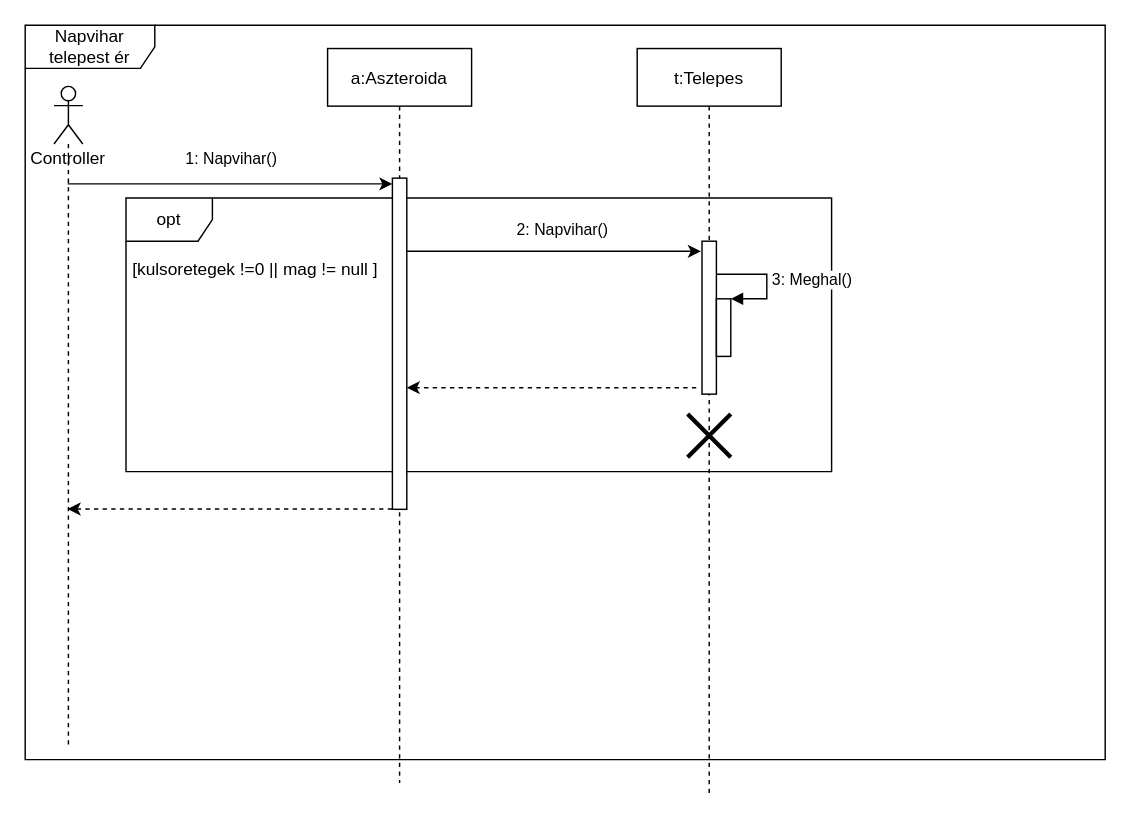
Above: page "Page-2" (2 of 2) of doc/szekvencia/szek_NapviharTelepes4.drawio in torpeBoiGo/aszteroidabanyaszat (draw.io), before the change. Source tidied: cells renumbered, new cells numbered last; positions are measured from the earlier drawing's top-left corner, leaving out a move shared by most shapes. Both pictures are drawn from the tidied source at 144%, with x=0, y=0 at pixel (24, 24).
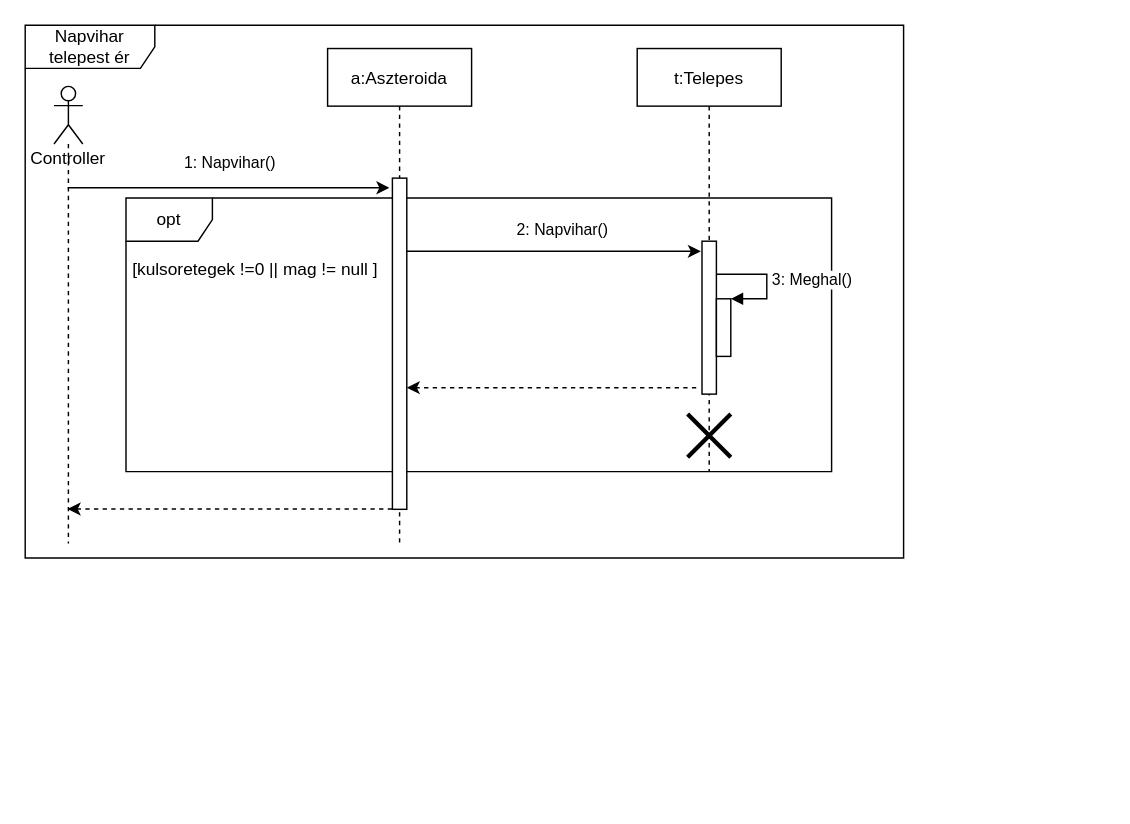
The same page after the edit.

The edit, as a diff of the source:
```diff
@@
 <mxGraphModel>
   <root>
     <mxCell id="0" />
     <mxCell id="1" parent="0" />
     <mxCell id="2" value="Napvihar telepest ér" style="shape=umlFrame;whiteSpace=wrap;html=1;width=90;height=30;" parent="1" vertex="1">
-      <mxGeometry width="750" height="510" as="geometry" />
+      <mxGeometry width="610" height="370" as="geometry" />
     </mxCell>
     <mxCell id="3" value="opt" style="shape=umlFrame;whiteSpace=wrap;html=1;" parent="1" vertex="1">
       <mxGeometry x="70" y="120" width="490" height="190" as="geometry" />
     </mxCell>
-    <mxCell id="4" value="1: Napvihar()" style="endArrow=classic;html=1;exitX=0.475;exitY=0.148;exitDx=0;exitDy=0;exitPerimeter=0;" parent="1" edge="1" source="14" target="7">
+    <mxCell id="4" value="1: Napvihar()" style="endArrow=classic;html=1;entryX=-0.212;entryY=0.029;entryDx=0;entryDy=0;entryPerimeter=0;" parent="1" edge="1" source="14" target="7">
       <mxGeometry y="16" relative="1" as="geometry">
         <mxPoint y="-1" as="offset" />
       </mxGeometry>
     </mxCell>
     <mxCell id="5" value="[kulsoretegek !=0 || mag != null ]" style="text;html=1;strokeColor=none;fillColor=none;align=center;verticalAlign=middle;whiteSpace=wrap;rounded=0;" parent="1" vertex="1">
       <mxGeometry x="60" y="160" width="200" height="20" as="geometry" />
     </mxCell>
     <mxCell id="6" value="a:Aszteroida" style="shape=umlLifeline;perimeter=lifelinePerimeter;rounded=0;shadow=0;strokeWidth=1;" parent="1" vertex="1">
-      <mxGeometry x="210" y="16.2" width="100" height="510" as="geometry" />
+      <mxGeometry x="210" y="16.2" width="100" height="343.8" as="geometry" />
     </mxCell>
     <mxCell id="7" style="points=[];perimeter=orthogonalPerimeter;rounded=0;shadow=0;strokeWidth=1;" parent="6" vertex="1">
       <mxGeometry x="45" y="90" width="10" height="230" as="geometry" />
     </mxCell>
     <mxCell id="8" value="t:Telepes" style="shape=umlLifeline;perimeter=lifelinePerimeter;rounded=0;shadow=0;strokeWidth=1;" parent="1" vertex="1">
-      <mxGeometry x="425" y="16.2" width="100" height="520" as="geometry" />
+      <mxGeometry x="425" y="16.2" width="100" height="293.8" as="geometry" />
     </mxCell>
     <mxCell id="9" style="points=[];perimeter=orthogonalPerimeter;rounded=0;shadow=0;strokeWidth=1;" parent="8" vertex="1">
       <mxGeometry x="45" y="133.8" width="10" height="106.2" as="geometry" />
     </mxCell>
     <mxCell id="10" style="shape=umlDestroy;whiteSpace=wrap;html=1;strokeWidth=3;" parent="8" vertex="1">
       <mxGeometry x="35" y="253.8" width="30" height="30" as="geometry" />
     </mxCell>
     <mxCell id="11" value="&lt;span style=&quot;color: rgb(0 , 0 , 0) ; font-family: &amp;#34;helvetica&amp;#34; ; font-size: 11px ; font-style: normal ; font-weight: 400 ; letter-spacing: normal ; text-align: center ; text-indent: 0px ; text-transform: none ; word-spacing: 0px ; background-color: rgb(255 , 255 , 255) ; display: inline ; float: none&quot;&gt;2: Napvihar()&lt;/span&gt;" style="endArrow=classic;html=1;entryX=-0.08;entryY=0.066;entryDx=0;entryDy=0;entryPerimeter=0;" parent="1" edge="1" source="7" target="9">
       <mxGeometry x="0.06" y="15" relative="1" as="geometry" />
     </mxCell>
     <mxCell id="12" style="endArrow=classic;html=1;dashed=1;exitX=-0.4;exitY=0.958;exitDx=0;exitDy=0;exitPerimeter=0;" parent="1" edge="1" source="9" target="7">
       <mxGeometry relative="1" as="geometry" />
     </mxCell>
     <mxCell id="13" style="endArrow=classic;html=1;dashed=1;exitX=-0.024;exitY=0.999;exitDx=0;exitDy=0;exitPerimeter=0;" parent="1" edge="1" source="7" target="14">
       <mxGeometry relative="1" as="geometry" />
     </mxCell>
     <mxCell id="14" value="Controller" style="shape=umlLifeline;participant=umlActor;perimeter=lifelinePerimeter;whiteSpace=wrap;html=1;verticalAlign=top;spacingTop=36;outlineConnect=0;" parent="1" vertex="1">
-      <mxGeometry x="20" y="42.5" width="20" height="457.5" as="geometry" />
+      <mxGeometry x="20" y="42.5" width="20" height="317.5" as="geometry" />
     </mxCell>
     <mxCell id="15" style="html=1;points=[];perimeter=orthogonalPerimeter;" parent="1" vertex="1">
       <mxGeometry x="480" y="190" width="10" height="40" as="geometry" />
     </mxCell>
     <mxCell id="16" value="3: Meghal()" style="edgeStyle=orthogonalEdgeStyle;html=1;align=left;spacingLeft=2;endArrow=block;rounded=0;entryX=1;entryY=0;" parent="1" edge="1" source="9" target="15">
       <mxGeometry relative="1" as="geometry">
         <Array as="points">
           <mxPoint x="515" y="173" />
           <mxPoint x="515" y="190" />
         </Array>
       </mxGeometry>
     </mxCell>
   </root>
 </mxGraphModel>
```
